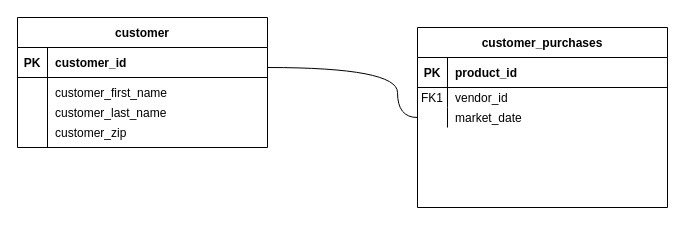
shwetankyadav1/sql keeps this draw.io diagram as 03_homework/Untitled Diagram.drawio. Above is the earlier version. Source tidied: cells renumbered, new cells numbered last; positions are measured from the earlier drawing's top-left corner, leaving out a move shared by most shapes. Both pictures are drawn from the tidied source at 100%, with x=0, y=0 at pixel (17, 17).
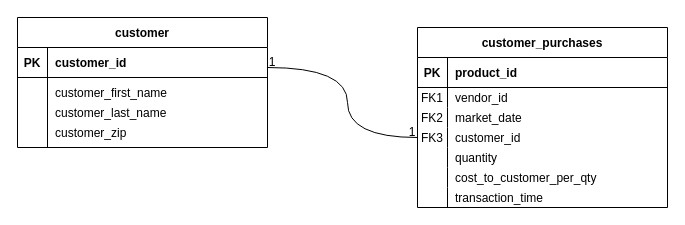
After the change.

Unchanged cells that the change refers to:
```xml
<mxCell id="4" style="shape=partialRectangle;fillColor=none;points=[[0,0.5],[1,0.5]];portConstraint=eastwest;top=0;left=0;right=0;bottom=1;" parent="3" vertex="1">
  <mxGeometry y="30" width="250" height="30" as="geometry" />
</mxCell>
<mxCell id="15" value="customer_purchases" style="shape=table;startSize=30;childLayout=tableLayout;rowLines=0;fontStyle=1;align=center;" parent="1" vertex="1">
  <mxGeometry x="400" y="10" width="250" height="180" as="geometry" />
</mxCell>
<mxCell id="22" style="shape=partialRectangle;fillColor=none;points=[[0,0.5],[1,0.5]];portConstraint=eastwest;top=0;left=0;right=0;bottom=0;" parent="15" vertex="1">
  <mxGeometry y="80" width="250" height="20" as="geometry" />
</mxCell>
```

The edit, as a diff of the source:
```diff
@@
-    <mxCell id="2" style="endArrow=none;startArrow=none;endFill=1;startFill=1;edgeStyle=orthogonalEdgeStyle;curved=1;enumerate=0;entryX=0;entryY=0.5;entryDx=0;entryDy=0;" parent="1" edge="1" source="4" target="22">
+    <mxCell id="2" style="endArrow=none;startArrow=none;endFill=1;startFill=1;edgeStyle=orthogonalEdgeStyle;curved=1;enumerate=0;entryX=0;entryY=0.5;entryDx=0;entryDy=0;" parent="1" edge="1" source="4" target="25">
       <mxGeometry relative="1" as="geometry">
         <Array as="points">
-          <mxPoint x="380" y="50" />
-          <mxPoint x="380" y="100" />
+          <mxPoint x="330" y="50" />
+          <mxPoint x="360" y="120" />
         </Array>
       </mxGeometry>
     </mxCell>
@@
-    <mxCell id="23" style="shape=partialRectangle;overflow=hidden;fillColor=none;top=0;left=0;bottom=0;right=0;" parent="22" vertex="1">
+    <mxCell id="23" value="FK2" style="shape=partialRectangle;overflow=hidden;fillColor=none;top=0;left=0;bottom=0;right=0;" parent="22" vertex="1">
       <mxGeometry width="30" height="20" as="geometry" />
     </mxCell>
@@
+    <mxCell id="25" style="shape=partialRectangle;fillColor=none;points=[[0,0.5],[1,0.5]];portConstraint=eastwest;top=0;left=0;right=0;bottom=0;" parent="15" vertex="1">
+      <mxGeometry y="100" width="250" height="20" as="geometry" />
+    </mxCell>
+    <mxCell id="26" value="FK3" style="shape=partialRectangle;overflow=hidden;fillColor=none;top=0;left=0;bottom=0;right=0;" parent="25" vertex="1">
+      <mxGeometry width="30" height="20" as="geometry" />
+    </mxCell>
+    <mxCell id="27" value="customer_id" style="shape=partialRectangle;overflow=hidden;fillColor=none;top=0;left=0;bottom=0;right=0;align=left;spacingLeft=6;" parent="25" vertex="1">
+      <mxGeometry x="30" width="220" height="20" as="geometry" />
+    </mxCell>
+    <mxCell id="28" style="shape=partialRectangle;fillColor=none;top=0;left=0;right=0;bottom=0;" parent="15" vertex="1">
+      <mxGeometry y="120" width="250" height="20" as="geometry" />
+    </mxCell>
+    <mxCell id="29" style="shape=partialRectangle;overflow=hidden;fillColor=none;top=0;left=0;bottom=0;right=0;" parent="28" vertex="1">
+      <mxGeometry width="30" height="20" as="geometry" />
+    </mxCell>
+    <mxCell id="30" value="quantity" style="shape=partialRectangle;overflow=hidden;fillColor=none;top=0;left=0;bottom=0;right=0;align=left;spacingLeft=6;" parent="28" vertex="1">
+      <mxGeometry x="30" width="220" height="20" as="geometry" />
+    </mxCell>
+    <mxCell id="31" style="shape=partialRectangle;fillColor=none;top=0;left=0;right=0;bottom=0;" parent="15" vertex="1">
+      <mxGeometry y="140" width="250" height="20" as="geometry" />
+    </mxCell>
+    <mxCell id="32" style="shape=partialRectangle;overflow=hidden;fillColor=none;top=0;left=0;bottom=0;right=0;" parent="31" vertex="1">
+      <mxGeometry width="30" height="20" as="geometry" />
+    </mxCell>
+    <mxCell id="33" value="cost_to_customer_per_qty" style="shape=partialRectangle;overflow=hidden;fillColor=none;top=0;left=0;bottom=0;right=0;align=left;spacingLeft=6;" parent="31" vertex="1">
+      <mxGeometry x="30" width="220" height="20" as="geometry" />
+    </mxCell>
+    <mxCell id="34" style="shape=partialRectangle;fillColor=none;top=0;left=0;right=0;bottom=0;" parent="15" vertex="1">
+      <mxGeometry y="160" width="250" height="20" as="geometry" />
+    </mxCell>
+    <mxCell id="35" style="shape=partialRectangle;overflow=hidden;fillColor=none;top=0;left=0;bottom=0;right=0;" parent="34" vertex="1">
+      <mxGeometry width="30" height="20" as="geometry" />
+    </mxCell>
+    <mxCell id="36" value="transaction_time" style="shape=partialRectangle;overflow=hidden;fillColor=none;top=0;left=0;bottom=0;right=0;align=left;spacingLeft=6;" parent="34" vertex="1">
+      <mxGeometry x="30" width="220" height="20" as="geometry" />
+    </mxCell>
+    <mxCell id="37" value="1" style="text;strokeColor=none;align=center;fillColor=none;html=1;verticalAlign=middle;whiteSpace=wrap;rounded=0;" parent="1" vertex="1">
+      <mxGeometry x="240" y="40" width="30" height="10" as="geometry" />
+    </mxCell>
+    <mxCell id="38" value="1" style="text;strokeColor=none;align=center;fillColor=none;html=1;verticalAlign=middle;whiteSpace=wrap;rounded=0;" parent="1" vertex="1">
+      <mxGeometry x="380" y="110" width="30" height="10" as="geometry" />
+    </mxCell>
```
